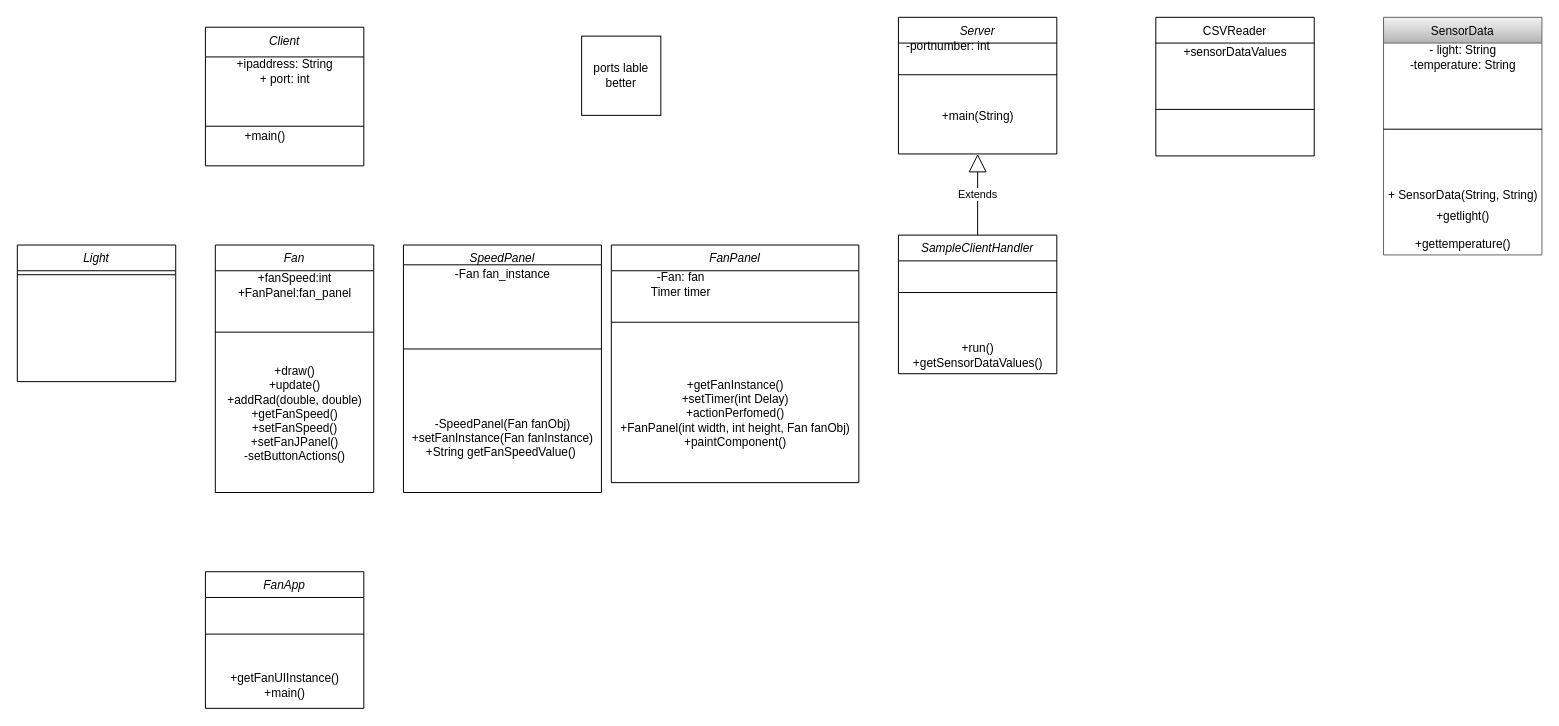
Earlier version of the draw.io diagram high_level.drawio (bandaian/Java_assignment_ian_banda). Source tidied: cells renumbered, new cells numbered last; positions are measured from the earlier drawing's top-left corner, leaving out a move shared by most shapes. Both pictures are drawn from the tidied source at 99%, with x=0, y=0 at pixel (17, 17).
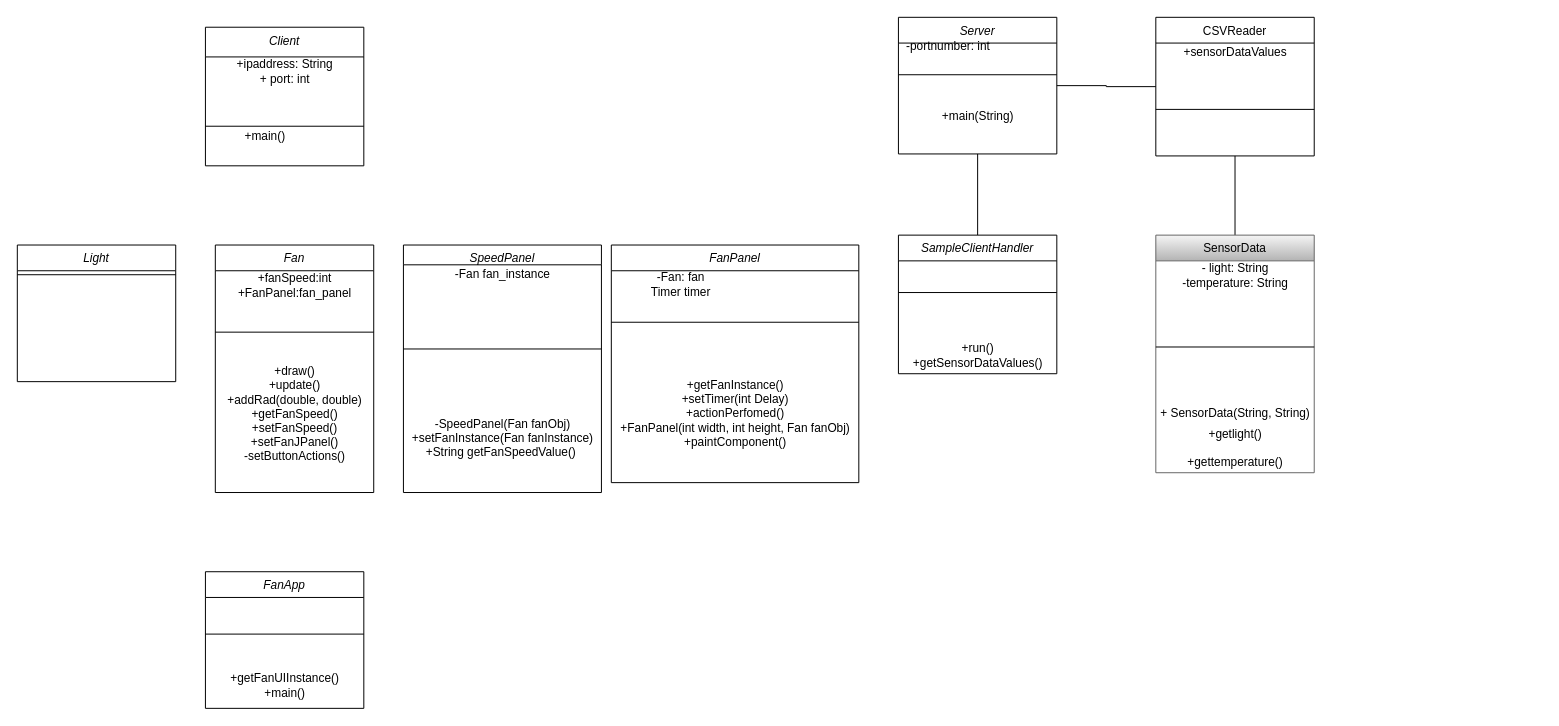
The same page after the edit.

The change refers to these unchanged cells:
```xml
<mxCell id="2" value="Server" style="swimlane;fontStyle=2;align=center;verticalAlign=top;horizontal=1;startSize=26;rounded=0;shadow=0;strokeWidth=1;" parent="1" vertex="1">
  <mxGeometry x="890" width="160" height="138" as="geometry" />
</mxCell>
<mxCell id="5" value="CSVReader" style="swimlane;fontStyle=0;align=center;verticalAlign=top;horizontal=1;startSize=26;rounded=0;shadow=0;strokeWidth=1;" parent="1" vertex="1">
  <mxGeometry x="1150" width="160" height="140" as="geometry" />
</mxCell>
<mxCell id="31" value="SampleClientHandler" style="swimlane;fontStyle=2;align=center;verticalAlign=top;horizontal=1;startSize=26;rounded=0;shadow=0;strokeWidth=1;" parent="1" vertex="1">
  <mxGeometry x="890" y="220" width="160" height="140" as="geometry" />
</mxCell>
```

The edit, as a diff of the source:
```diff
@@
+    <mxCell id="40" style="edgeStyle=orthogonalEdgeStyle;rounded=0;jettySize=auto;html=1;exitX=0.5;exitY=1;exitDx=0;exitDy=0;entryX=0.5;entryY=0;entryDx=0;entryDy=0;endArrow=none;endFill=0;" parent="1" edge="1" source="2" target="31">
+      <mxGeometry relative="1" as="geometry" />
+    </mxCell>
+    <mxCell id="41" style="edgeStyle=orthogonalEdgeStyle;rounded=0;jettySize=auto;html=1;exitX=1;exitY=0.5;exitDx=0;exitDy=0;entryX=0;entryY=0.5;entryDx=0;entryDy=0;endArrow=none;endFill=0;" parent="1" edge="1" source="2" target="5">
+      <mxGeometry relative="1" as="geometry" />
+    </mxCell>
@@
+    <mxCell id="42" style="edgeStyle=orthogonalEdgeStyle;rounded=0;jettySize=auto;html=1;exitX=0.5;exitY=1;exitDx=0;exitDy=0;entryX=0.5;entryY=0;entryDx=0;entryDy=0;endArrow=none;endFill=0;" parent="1" edge="1" source="5" target="8">
+      <mxGeometry relative="1" as="geometry" />
+    </mxCell>
@@
     <mxCell id="8" value="SensorData" style="swimlane;fontStyle=0;align=center;verticalAlign=top;horizontal=1;startSize=26;rounded=0;shadow=0;strokeWidth=1;fillColor=#f5f5f5;strokeColor=#666666;gradientColor=#b3b3b3;" parent="1" vertex="1">
-      <mxGeometry x="1380" width="160" height="240" as="geometry" />
+      <mxGeometry x="1150" y="220" width="160" height="240" as="geometry" />
     </mxCell>
@@
-    <mxCell id="29" value="ports lable better" style="whiteSpace=wrap;html=1;" parent="1" vertex="1">
-      <mxGeometry x="570" y="19" width="80" height="80" as="geometry" />
-    </mxCell>
@@
-    <mxCell id="34" value="Extends" style="endArrow=block;endSize=16;endFill=0;html=1;entryX=0.5;entryY=1;entryDx=0;entryDy=0;exitX=0.5;exitY=0;exitDx=0;exitDy=0;" parent="1" edge="1" source="31" target="2">
-      <mxGeometry relative="1" as="geometry" />
-    </mxCell>
```
